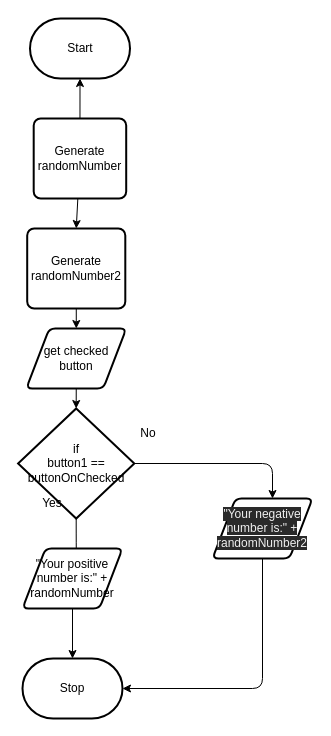
Earlier version of the draw.io diagram design/flow-chart.drawio (Liya-Getachew/ICS2O-Unit5-02-JS). Source tidied: cells renumbered, new cells numbered last; positions are measured from the earlier drawing's top-left corner, leaving out a move shared by most shapes. Both pictures are drawn from the tidied source at 100%, with x=0, y=0 at pixel (18, 18).
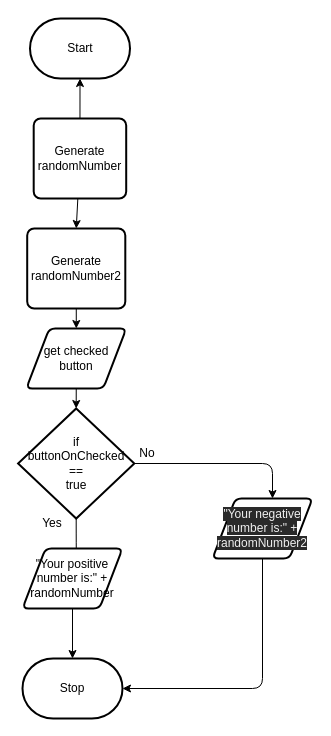
After the change.

What changed in the source:
```diff
@@
-    <mxCell id="11" value="if&lt;br&gt;button1 ==&lt;br&gt;buttonOnChecked&lt;br&gt;" style="strokeWidth=2;html=1;shape=mxgraph.flowchart.decision;whiteSpace=wrap;" parent="1" vertex="1">
+    <mxCell id="11" value="if&lt;br&gt;buttonOnChecked&lt;br&gt;==&lt;br&gt;true" style="strokeWidth=2;html=1;shape=mxgraph.flowchart.decision;whiteSpace=wrap;" parent="1" vertex="1">
       <mxGeometry x="-0.4" y="390" width="116.2" height="110" as="geometry" />
     </mxCell>
@@
     <mxCell id="16" value="Yes" style="text;html=1;strokeColor=none;fillColor=none;align=center;verticalAlign=middle;whiteSpace=wrap;rounded=0;" parent="1" vertex="1">
-      <mxGeometry x="4" y="470" width="60" height="30" as="geometry" />
+      <mxGeometry x="4" y="490" width="60" height="30" as="geometry" />
     </mxCell>
     <mxCell id="17" value="No" style="text;html=1;strokeColor=none;fillColor=none;align=center;verticalAlign=middle;whiteSpace=wrap;rounded=0;" parent="1" vertex="1">
-      <mxGeometry x="100.2" y="400" width="60" height="30" as="geometry" />
+      <mxGeometry x="99" y="420" width="60" height="30" as="geometry" />
     </mxCell>
```
